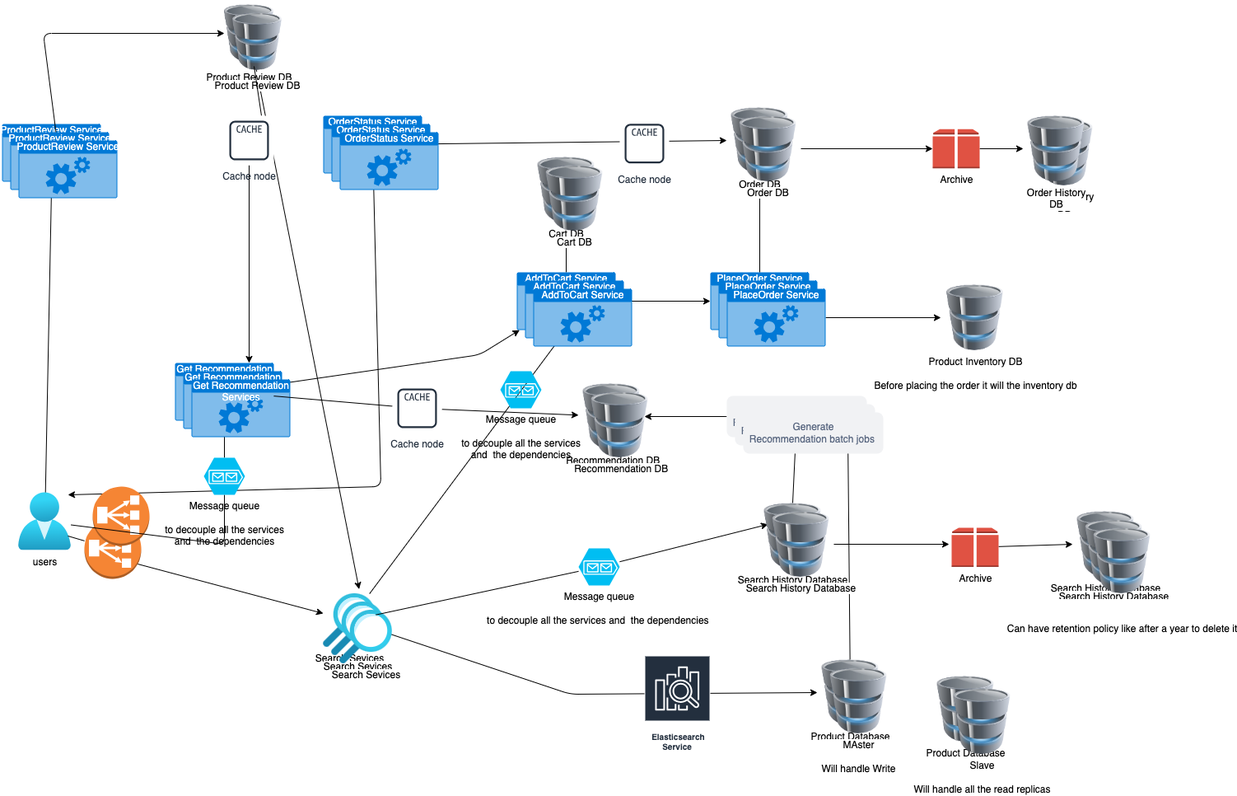
Above: eCommerceArchi.png in AnithaS123/SolutionArchitecture1 (draw.io), before the change. Source tidied: cells renumbered, new cells last; positions are measured from the earlier drawing's top-left corner, leaving out a move shared by most shapes.
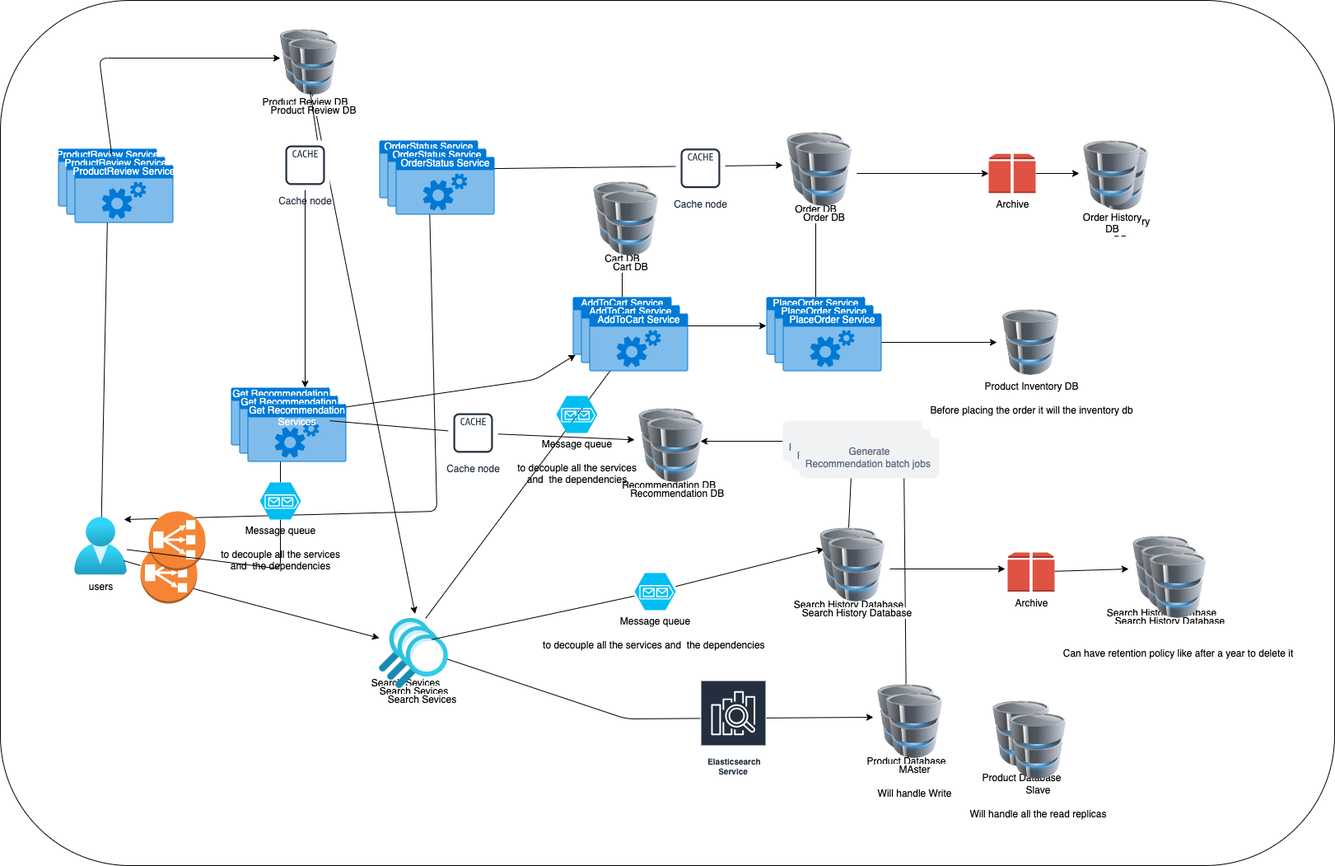
The same diagram one commit later.

Change to the diagram source:
```diff
@@ -2,6 +2,9 @@
   <root>
     <mxCell id="0" />
     <mxCell id="1" parent="0" />
+    <mxCell id="84" style="rounded=1;whiteSpace=wrap;html=1;" parent="1" vertex="1">
+      <mxGeometry x="-70" y="-30" width="1620" height="1050" as="geometry" />
+    </mxCell>
     <mxCell id="2" style="edgeStyle=none;html=1;exitX=0.938;exitY=0.75;exitDx=0;exitDy=0;exitPerimeter=0;startArrow=none;" parent="1" edge="1" source="35" target="9">
       <mxGeometry relative="1" as="geometry" />
     </mxCell>
```
